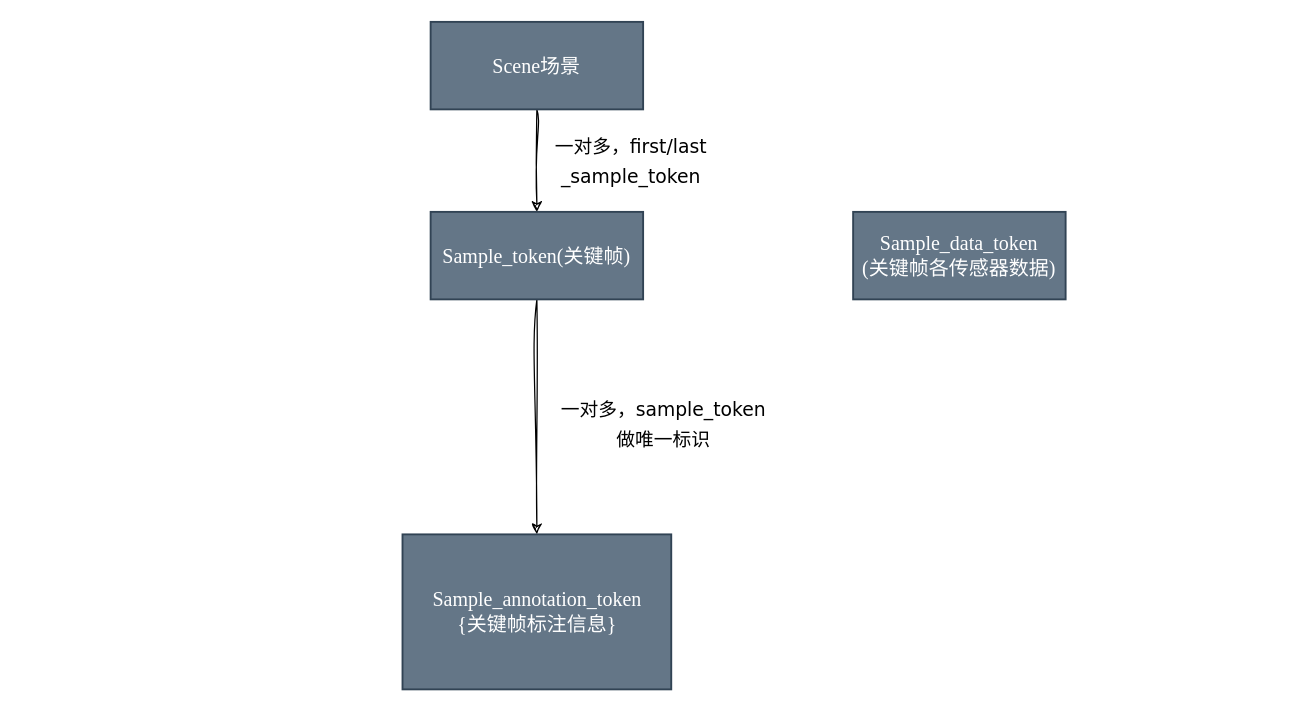
628014/628014.github.io keeps this draw.io diagram as page "第 3 页" (3 of 3) of 毕业设计-设计思路.drawio. Above is the earlier version. Source tidied: cells renumbered, new cells numbered last; positions are measured from the earlier drawing's top-left corner, leaving out a move shared by most shapes. Both pictures are drawn from the tidied source at 125%, with x=0, y=0 at pixel (402, 21).
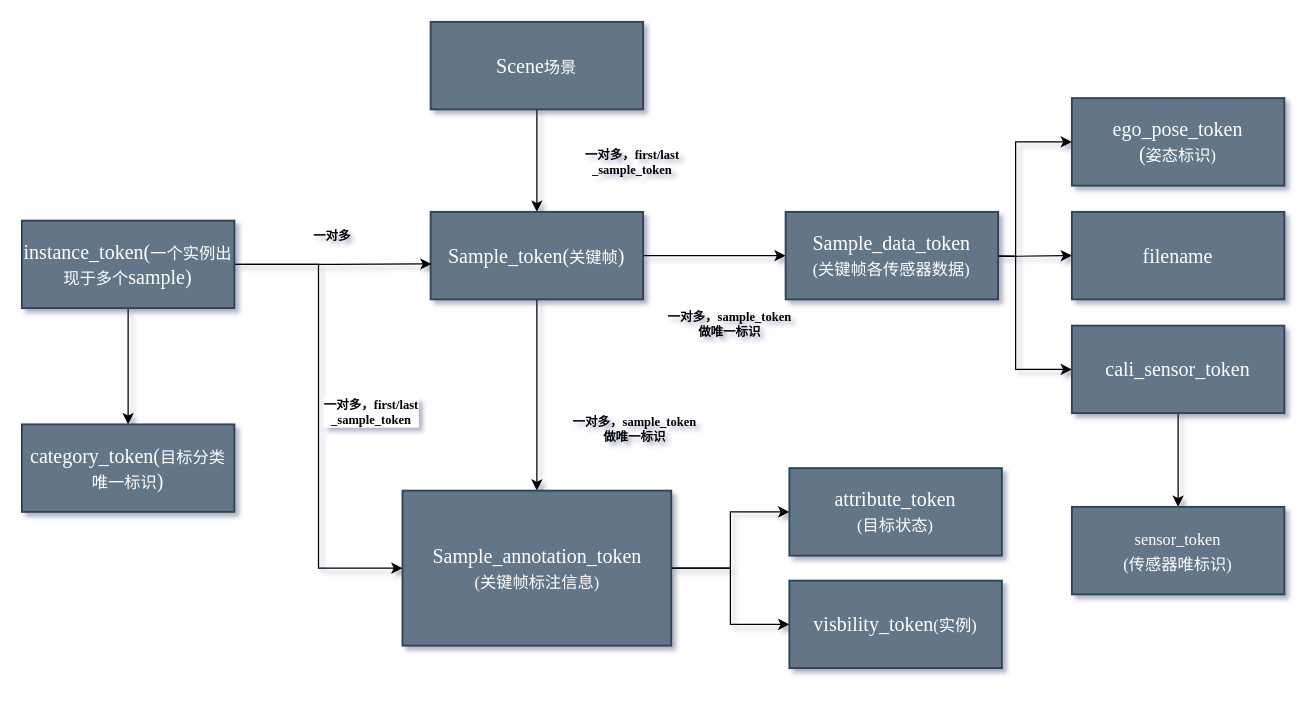
After the change.

Commit message:
完成数据关联图.drawio

The edit, as a diff of the source:
```diff
@@
-<mxGraphModel>
+<mxGraphModel shadow="1">
@@
-    <mxCell id="2" style="edgeStyle=orthogonalEdgeStyle;rounded=1;sketch=1;hachureGap=4;jiggle=2;curveFitting=1;jettySize=auto;html=1;entryX=0.5;entryY=0;entryDx=0;entryDy=0;fontFamily=Architects Daughter;fontSize=16;shadow=0;" parent="1" edge="1" source="3" target="5">
+    <mxCell id="2" style="edgeStyle=orthogonalEdgeStyle;rounded=0;jettySize=auto;html=1;entryX=0.5;entryY=0;entryDx=0;entryDy=0;fontFamily=Times New Roman;" parent="1" edge="1" source="3" target="5">
       <mxGeometry relative="1" as="geometry" />
     </mxCell>
-    <mxCell id="3" value="Scene场景" style="rounded=0;whiteSpace=wrap;html=1;fontSize=16;labelBackgroundColor=none;fillColor=#647687;strokeColor=#314354;fontFamily=Times New Roman;strokeWidth=1.5;shadow=0;fontColor=#ffffff;" parent="1" vertex="1">
+    <mxCell id="3" value="Scene&lt;font style=&quot;font-size: 13px;&quot;&gt;场景&lt;/font&gt;" style="rounded=0;whiteSpace=wrap;html=1;fontSize=16;labelBackgroundColor=none;fillColor=#647687;strokeColor=#314354;fontFamily=Times New Roman;strokeWidth=1.5;shadow=0;fontColor=#ffffff;" parent="1" vertex="1">
       <mxGeometry x="22" width="170" height="70" as="geometry" />
     </mxCell>
+    <mxCell id="10" style="edgeStyle=orthogonalEdgeStyle;rounded=0;jettySize=auto;html=1;fontFamily=Times New Roman;" parent="1" edge="1" source="5" target="9">
+      <mxGeometry relative="1" as="geometry" />
+    </mxCell>
-    <mxCell id="4" style="edgeStyle=orthogonalEdgeStyle;rounded=1;sketch=1;hachureGap=4;jiggle=2;curveFitting=1;jettySize=auto;html=1;fontFamily=Architects Daughter;fontSize=16;shadow=0;" parent="1" edge="1" source="5" target="7">
+    <mxCell id="4" style="edgeStyle=orthogonalEdgeStyle;rounded=0;jettySize=auto;html=1;fontFamily=Times New Roman;" parent="1" edge="1" source="5" target="7">
       <mxGeometry relative="1" as="geometry" />
     </mxCell>
-    <mxCell id="5" value="Sample_token(关键帧)" style="rounded=0;whiteSpace=wrap;html=1;fontSize=16;labelBackgroundColor=none;fillColor=#647687;strokeColor=#314354;fontFamily=Times New Roman;strokeWidth=1.5;shadow=0;fontColor=#ffffff;" parent="1" vertex="1">
+    <mxCell id="5" value="Sample_token(&lt;font style=&quot;font-size: 13px;&quot;&gt;关键帧&lt;/font&gt;)" style="rounded=0;whiteSpace=wrap;html=1;fontSize=16;labelBackgroundColor=none;fillColor=#647687;strokeColor=#314354;fontFamily=Times New Roman;strokeWidth=1.5;shadow=0;fontColor=#ffffff;" parent="1" vertex="1">
       <mxGeometry x="22" y="152" width="170" height="70" as="geometry" />
     </mxCell>
-    <mxCell id="6" value="&lt;pre&gt;&lt;font style=&quot;font-size: 15px;&quot; face=&quot;Verdana&quot;&gt;一对多，first/last&lt;br/&gt;_sample_token&lt;/font&gt;&lt;/pre&gt;" style="text;html=1;align=center;verticalAlign=middle;strokeColor=none;fillColor=none;fontSize=20;fontFamily=Architects Daughter;shadow=0;" parent="1" vertex="1">
-      <mxGeometry x="112" y="61" width="139" height="100" as="geometry" />
+    <mxCell id="6" value="&lt;div style=&quot;font-size: 10px;&quot;&gt;&lt;font style=&quot;font-size: 10px;&quot;&gt;&lt;b&gt;一对多，first/last&lt;br style=&quot;font-size: 10px;&quot;&gt;_sample_token&lt;/b&gt;&lt;/font&gt;&lt;/div&gt;" style="text;html=1;align=center;verticalAlign=middle;strokeColor=none;fillColor=none;fontSize=20;fontFamily=Times New Roman;shadow=0;" parent="1" vertex="1">
+      <mxGeometry x="120" y="80" width="125" height="63" as="geometry" />
     </mxCell>
+    <mxCell id="11" style="edgeStyle=orthogonalEdgeStyle;rounded=0;jettySize=auto;html=1;fontFamily=Times New Roman;" parent="1" edge="1" source="7" target="22">
+      <mxGeometry relative="1" as="geometry" />
+    </mxCell>
+    <mxCell id="12" style="edgeStyle=orthogonalEdgeStyle;rounded=0;jettySize=auto;html=1;entryX=0;entryY=0.5;entryDx=0;entryDy=0;fontFamily=Times New Roman;" parent="1" edge="1" source="7" target="23">
+      <mxGeometry relative="1" as="geometry" />
+    </mxCell>
-    <mxCell id="7" value="Sample_annotation_token&lt;br&gt;{关键帧标注信息}" style="rounded=0;whiteSpace=wrap;html=1;fontSize=16;labelBackgroundColor=none;fillColor=#647687;strokeColor=#314354;fontFamily=Times New Roman;strokeWidth=1.5;shadow=0;fontColor=#ffffff;" parent="1" vertex="1">
-      <mxGeometry x="-0.5" y="410" width="215" height="124" as="geometry" />
+    <mxCell id="7" value="Sample_annotation_token&lt;br&gt;&lt;font style=&quot;font-size: 13px;&quot;&gt;(关键帧标注信息)&lt;/font&gt;" style="rounded=0;whiteSpace=wrap;html=1;fontSize=16;labelBackgroundColor=none;fillColor=#647687;strokeColor=#314354;fontFamily=Times New Roman;strokeWidth=1.5;shadow=0;fontColor=#ffffff;" parent="1" vertex="1">
+      <mxGeometry x="-0.5" y="375" width="215" height="124" as="geometry" />
     </mxCell>
-    <mxCell id="8" value="&lt;pre&gt;&lt;font style=&quot;font-size: 15px;&quot; face=&quot;Verdana&quot;&gt;一对多，sample_token&lt;br/&gt;做唯一标识&lt;/font&gt;&lt;/pre&gt;" style="text;html=1;align=center;verticalAlign=middle;strokeColor=none;fillColor=none;fontSize=20;fontFamily=Architects Daughter;shadow=0;" parent="1" vertex="1">
-      <mxGeometry x="116" y="272" width="184" height="100" as="geometry" />
+    <mxCell id="8" value="&lt;div style=&quot;font-size: 10px;&quot;&gt;&lt;font style=&quot;font-size: 10px;&quot;&gt;&lt;b&gt;一对多，sample_token&lt;br style=&quot;font-size: 10px;&quot;&gt;做唯一标识&lt;/b&gt;&lt;/font&gt;&lt;/div&gt;" style="text;html=1;align=center;verticalAlign=middle;strokeColor=none;fillColor=none;fontSize=20;fontFamily=Times New Roman;shadow=0;" parent="1" vertex="1">
+      <mxGeometry x="105" y="294" width="159" height="63" as="geometry" />
     </mxCell>
+    <mxCell id="13" style="edgeStyle=orthogonalEdgeStyle;rounded=0;jettySize=auto;html=1;entryX=0;entryY=0.5;entryDx=0;entryDy=0;fontFamily=Times New Roman;" parent="1" edge="1" target="17">
+      <mxGeometry relative="1" as="geometry">
+        <mxPoint x="444" y="187" as="sourcePoint" />
+      </mxGeometry>
+    </mxCell>
+    <mxCell id="14" style="edgeStyle=orthogonalEdgeStyle;rounded=0;jettySize=auto;html=1;fontFamily=Times New Roman;" parent="1" edge="1" target="18">
+      <mxGeometry relative="1" as="geometry">
+        <mxPoint x="444" y="187" as="sourcePoint" />
+      </mxGeometry>
+    </mxCell>
+    <mxCell id="15" style="edgeStyle=orthogonalEdgeStyle;rounded=0;jettySize=auto;html=1;entryX=0;entryY=0.5;entryDx=0;entryDy=0;fontFamily=Times New Roman;" parent="1" edge="1" target="20">
+      <mxGeometry relative="1" as="geometry">
+        <mxPoint x="444" y="187" as="sourcePoint" />
+      </mxGeometry>
+    </mxCell>
-    <mxCell id="9" value="Sample_data_token&lt;br&gt;(关键帧各传感器数据)" style="rounded=0;whiteSpace=wrap;html=1;fontSize=16;labelBackgroundColor=none;fillColor=#647687;strokeColor=#314354;fontFamily=Times New Roman;strokeWidth=1.5;shadow=0;fontColor=#ffffff;" parent="1" vertex="1">
-      <mxGeometry x="360" y="152" width="170" height="70" as="geometry" />
+    <mxCell id="9" value="Sample_data_token&lt;br&gt;&lt;font style=&quot;font-size: 13px;&quot;&gt;(关键帧各传感器数据)&lt;/font&gt;" style="rounded=0;whiteSpace=wrap;html=1;fontSize=16;labelBackgroundColor=none;fillColor=#647687;strokeColor=#314354;fontFamily=Times New Roman;strokeWidth=1.5;shadow=0;fontColor=#ffffff;" parent="1" vertex="1">
+      <mxGeometry x="306" y="152" width="170" height="70" as="geometry" />
     </mxCell>
+    <mxCell id="16" value="&lt;div style=&quot;font-size: 10px;&quot;&gt;&lt;font style=&quot;font-size: 10px;&quot;&gt;&lt;b&gt;一对多，sample_token&lt;br style=&quot;font-size: 10px;&quot;&gt;做唯一标识&lt;/b&gt;&lt;/font&gt;&lt;/div&gt;" style="text;html=1;align=center;verticalAlign=middle;strokeColor=none;fillColor=none;fontSize=20;fontFamily=Times New Roman;shadow=0;" parent="1" vertex="1">
+      <mxGeometry x="181" y="210" width="159" height="63" as="geometry" />
+    </mxCell>
+    <mxCell id="17" value="ego_pose_token&lt;br&gt;(&lt;font style=&quot;font-size: 13px;&quot;&gt;姿态标识)&lt;/font&gt;" style="rounded=0;whiteSpace=wrap;html=1;fontSize=16;labelBackgroundColor=none;fillColor=#647687;strokeColor=#314354;fontFamily=Times New Roman;strokeWidth=1.5;shadow=0;fontColor=#ffffff;" parent="1" vertex="1">
+      <mxGeometry x="535" y="61" width="170" height="70" as="geometry" />
+    </mxCell>
+    <mxCell id="18" value="filename" style="rounded=0;whiteSpace=wrap;html=1;fontSize=16;labelBackgroundColor=none;fillColor=#647687;strokeColor=#314354;fontFamily=Times New Roman;strokeWidth=1.5;shadow=0;fontColor=#ffffff;" parent="1" vertex="1">
+      <mxGeometry x="535" y="152" width="170" height="70" as="geometry" />
+    </mxCell>
+    <mxCell id="19" style="edgeStyle=orthogonalEdgeStyle;rounded=0;jettySize=auto;html=1;fontFamily=Times New Roman;" parent="1" edge="1" source="20" target="21">
+      <mxGeometry relative="1" as="geometry" />
+    </mxCell>
+    <mxCell id="20" value="cali_sensor_token" style="rounded=0;whiteSpace=wrap;html=1;fontSize=16;labelBackgroundColor=none;fillColor=#647687;strokeColor=#314354;fontFamily=Times New Roman;strokeWidth=1.5;shadow=0;fontColor=#ffffff;" parent="1" vertex="1">
+      <mxGeometry x="535" y="243" width="170" height="70" as="geometry" />
+    </mxCell>
+    <mxCell id="21" value="&lt;font style=&quot;font-size: 13px;&quot;&gt;sensor_token&lt;br&gt;(传感器唯标识)&lt;/font&gt;" style="rounded=0;whiteSpace=wrap;html=1;fontSize=16;labelBackgroundColor=none;fillColor=#647687;strokeColor=#314354;fontFamily=Times New Roman;strokeWidth=1.5;shadow=0;fontColor=#ffffff;" parent="1" vertex="1">
+      <mxGeometry x="535" y="388" width="170" height="70" as="geometry" />
+    </mxCell>
+    <mxCell id="22" value="attribute_token&lt;br&gt;&lt;font style=&quot;font-size: 13px;&quot;&gt;(目标状态)&lt;/font&gt;" style="rounded=0;whiteSpace=wrap;html=1;fontSize=16;labelBackgroundColor=none;fillColor=#647687;strokeColor=#314354;fontFamily=Times New Roman;strokeWidth=1.5;shadow=0;fontColor=#ffffff;" parent="1" vertex="1">
+      <mxGeometry x="309" y="357" width="170" height="70" as="geometry" />
+    </mxCell>
+    <mxCell id="23" value="visbility_token&lt;font style=&quot;font-size: 13px;&quot;&gt;(实例)&lt;/font&gt;" style="rounded=0;whiteSpace=wrap;html=1;fontSize=16;labelBackgroundColor=none;fillColor=#647687;strokeColor=#314354;fontFamily=Times New Roman;strokeWidth=1.5;shadow=0;fontColor=#ffffff;" parent="1" vertex="1">
+      <mxGeometry x="309" y="447" width="170" height="70" as="geometry" />
+    </mxCell>
+    <mxCell id="24" style="edgeStyle=orthogonalEdgeStyle;rounded=0;jettySize=auto;html=1;entryX=0.004;entryY=0.595;entryDx=0;entryDy=0;entryPerimeter=0;fontFamily=Times New Roman;" parent="1" edge="1" source="27" target="5">
+      <mxGeometry relative="1" as="geometry" />
+    </mxCell>
+    <mxCell id="25" style="edgeStyle=orthogonalEdgeStyle;rounded=0;jettySize=auto;html=1;entryX=0;entryY=0.5;entryDx=0;entryDy=0;fontFamily=Times New Roman;" parent="1" edge="1" source="27" target="7">
+      <mxGeometry relative="1" as="geometry" />
+    </mxCell>
+    <mxCell id="26" style="edgeStyle=orthogonalEdgeStyle;rounded=0;jettySize=auto;html=1;fontFamily=Times New Roman;" parent="1" edge="1" source="27" target="30">
+      <mxGeometry relative="1" as="geometry" />
+    </mxCell>
+    <mxCell id="27" value="instance_token(&lt;font style=&quot;font-size: 13px;&quot;&gt;一个实例出现于多个&lt;/font&gt;sample)" style="rounded=0;whiteSpace=wrap;html=1;fontSize=16;labelBackgroundColor=none;fillColor=#647687;strokeColor=#314354;fontFamily=Times New Roman;strokeWidth=1.5;shadow=0;fontColor=#ffffff;" parent="1" vertex="1">
+      <mxGeometry x="-305" y="159" width="170" height="70" as="geometry" />
+    </mxCell>
+    <mxCell id="28" value="&lt;div style=&quot;font-size: 10px;&quot;&gt;&lt;font style=&quot;font-size: 10px;&quot;&gt;&lt;b&gt;一对多&lt;/b&gt;&lt;/font&gt;&lt;/div&gt;" style="text;html=1;align=center;verticalAlign=middle;strokeColor=none;fillColor=none;fontSize=20;fontFamily=Times New Roman;shadow=0;" parent="1" vertex="1">
+      <mxGeometry x="-84" y="147" width="54" height="47" as="geometry" />
+    </mxCell>
+    <mxCell id="29" value="&lt;div style=&quot;border-color: var(--border-color); color: rgb(0, 0, 0); font-style: normal; font-variant-ligatures: normal; font-variant-caps: normal; letter-spacing: normal; orphans: 2; text-align: center; text-indent: 0px; text-transform: none; widows: 2; word-spacing: 0px; -webkit-text-stroke-width: 0px; background-color: rgb(255, 255, 255); text-decoration-thickness: initial; text-decoration-style: initial; text-decoration-color: initial; font-size: 10px;&quot;&gt;&lt;font style=&quot;border-color: var(--border-color); font-size: 10px;&quot;&gt;&lt;b&gt;一对多，first/last&lt;span style=&quot;border-color: var(--border-color); font-size: 10px;&quot;&gt;&lt;br style=&quot;border-color: var(--border-color); font-size: 10px;&quot;&gt;&lt;/span&gt;_sample_token&lt;/b&gt;&lt;/font&gt;&lt;/div&gt;" style="text;whiteSpace=wrap;html=1;fontFamily=Times New Roman;" parent="1" vertex="1">
+      <mxGeometry x="-65" y="294" width="128" height="73" as="geometry" />
+    </mxCell>
+    <mxCell id="30" value="category_token(&lt;font style=&quot;font-size: 13px;&quot;&gt;目标分类唯一标识&lt;/font&gt;)" style="rounded=0;whiteSpace=wrap;html=1;fontSize=16;labelBackgroundColor=none;fillColor=#647687;strokeColor=#314354;fontFamily=Times New Roman;strokeWidth=1.5;shadow=0;fontColor=#ffffff;" parent="1" vertex="1">
+      <mxGeometry x="-305" y="322" width="170" height="70" as="geometry" />
+    </mxCell>
```
